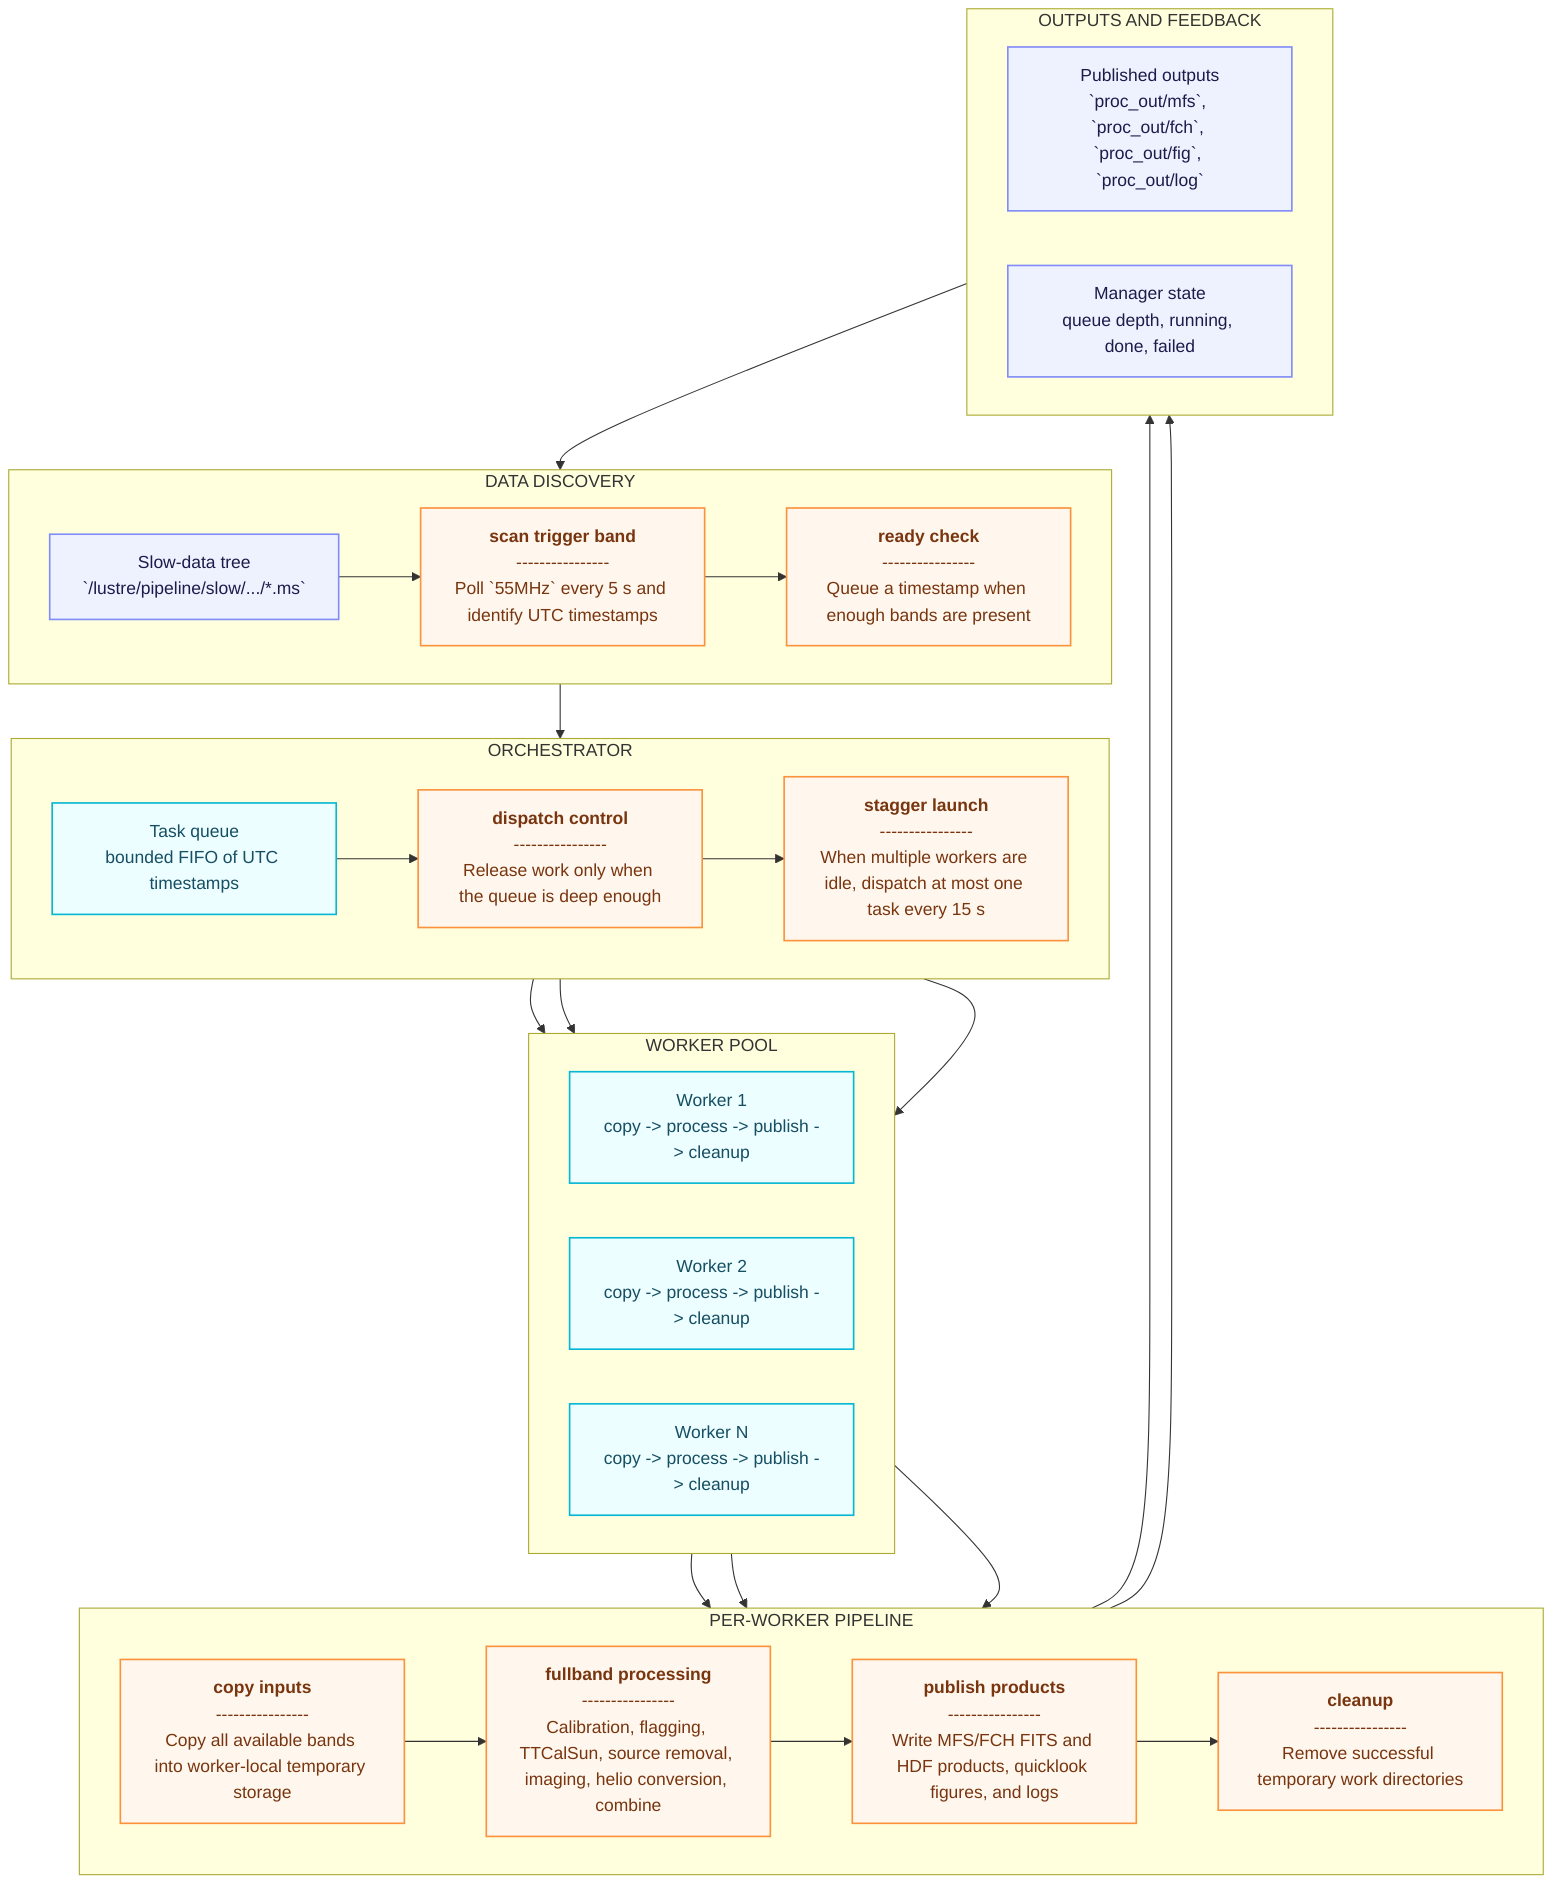
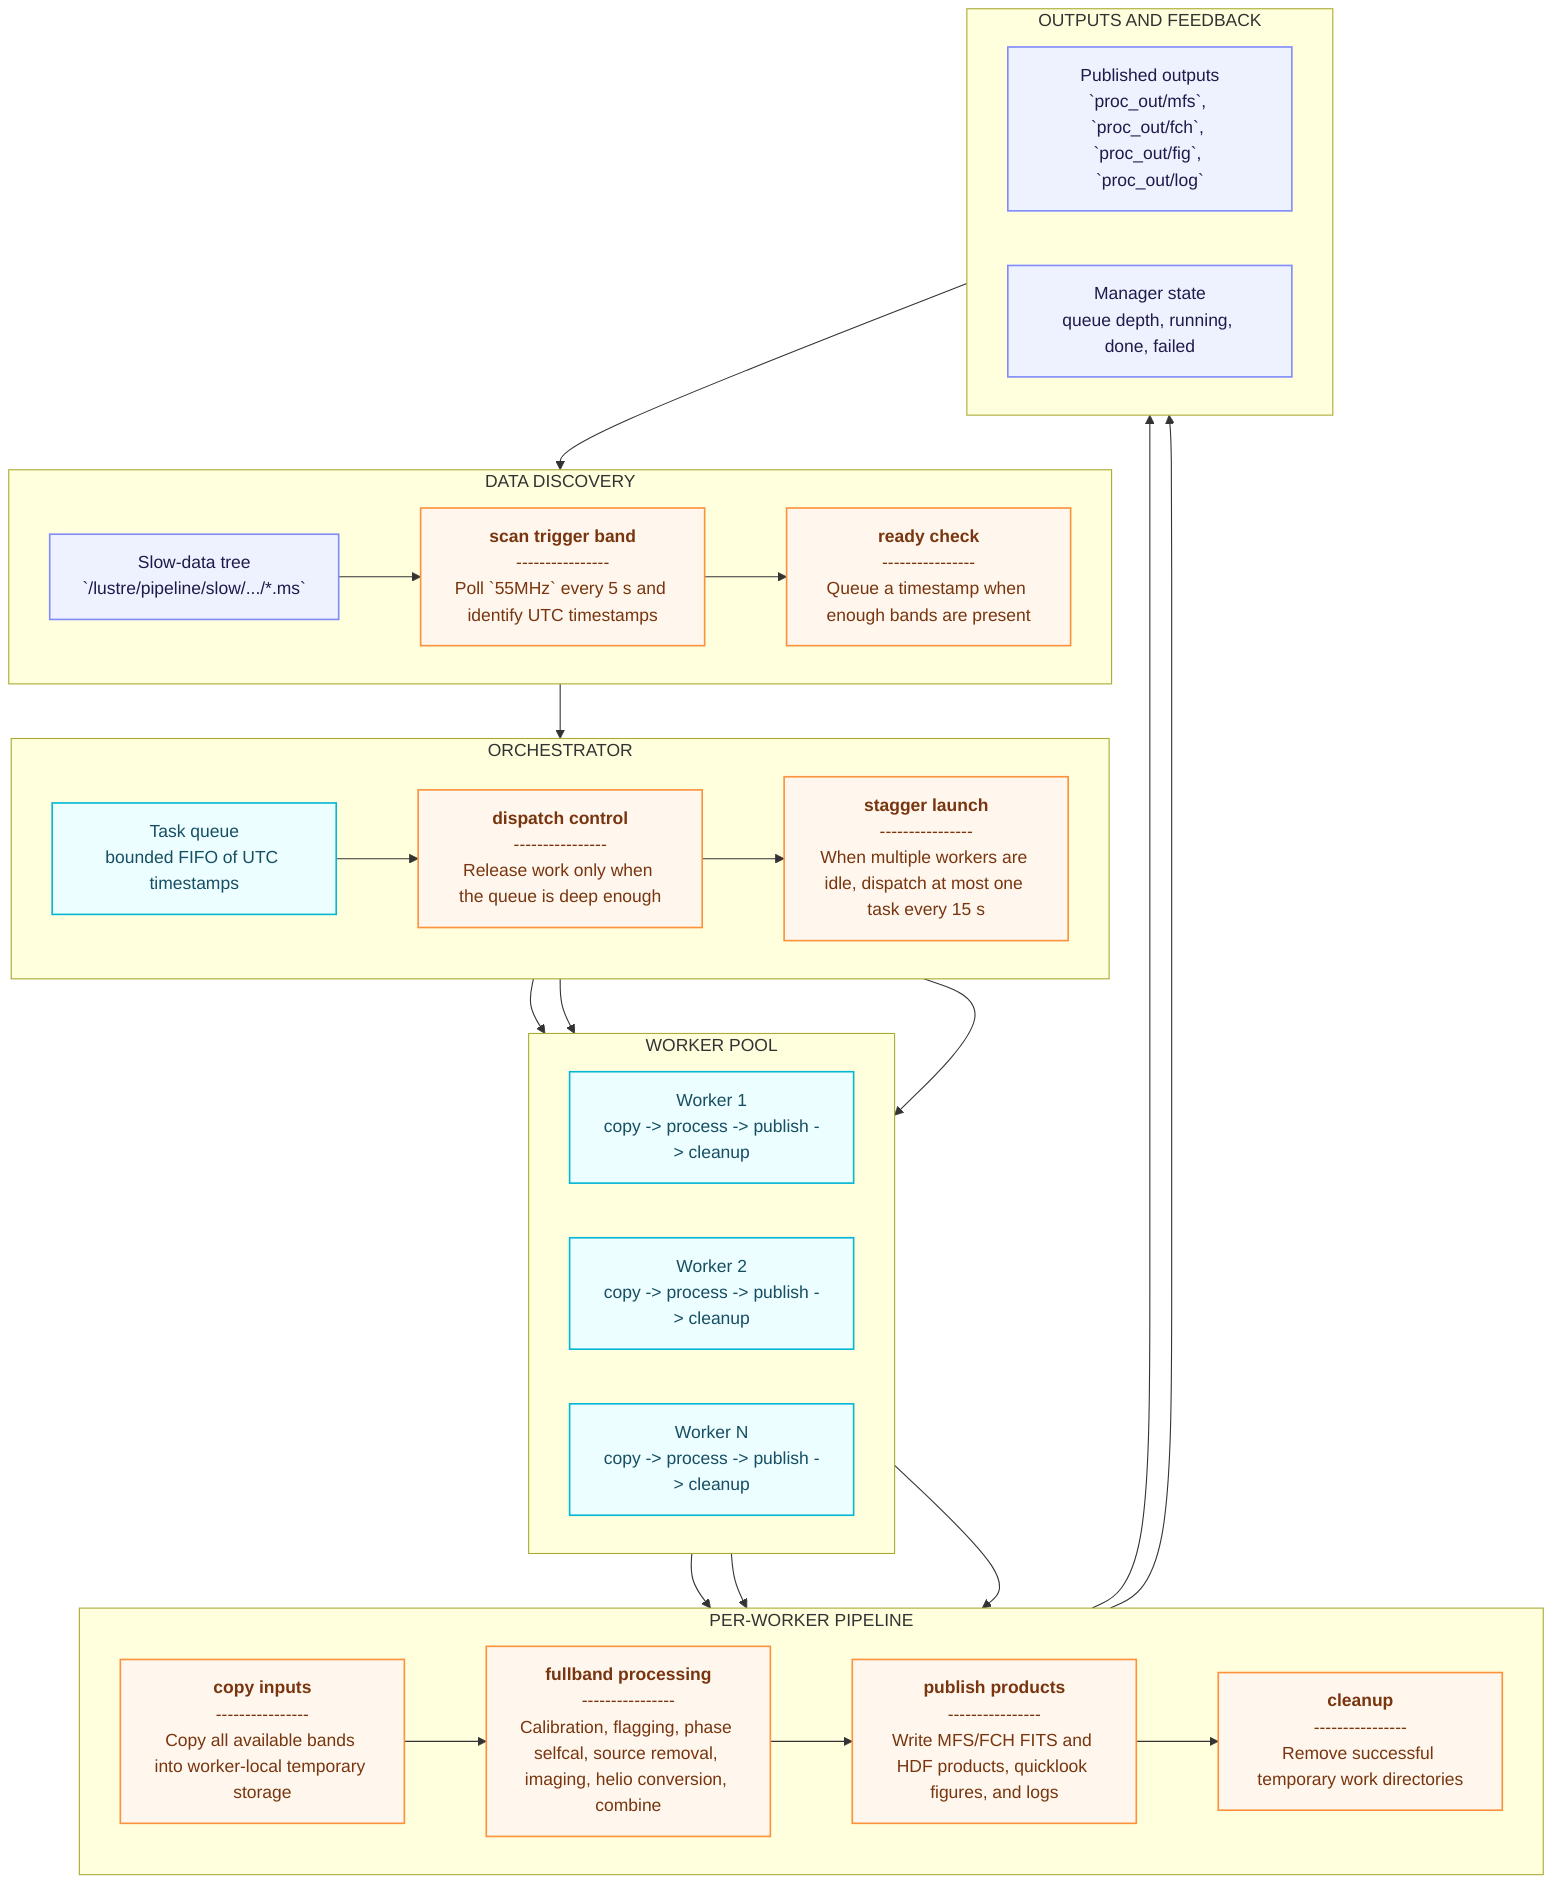
---
config:
  layout: dagre
---
graph TD
 subgraph INPUT["DATA DISCOVERY"]
        direction LR
        SLOW["Slow-data tree<br>`/lustre/pipeline/slow/.../*.ms`"]
        SCAN["<b>scan trigger band</b><br>----------------<br>Poll `55MHz` every 5 s and identify UTC timestamps"]
        READY["<b>ready check</b><br>----------------<br>Queue a timestamp when enough bands are present"]
        SLOW --> SCAN
        SCAN --> READY
  end
 subgraph ORCH["ORCHESTRATOR"]
        direction LR
        QUEUE["Task queue<br>bounded FIFO of UTC timestamps"]
        DISPATCH["<b>dispatch control</b><br>----------------<br>Release work only when the queue is deep enough"]
        STAGGER["<b>stagger launch</b><br>----------------<br>When multiple workers are idle, dispatch at most one task every 15 s"]
        READY --> QUEUE
        QUEUE --> DISPATCH
        DISPATCH --> STAGGER
  end
 subgraph WORKERS["WORKER POOL"]
        direction LR
        W1["Worker 1<br>copy -> process -> publish -> cleanup"]
        W2["Worker 2<br>copy -> process -> publish -> cleanup"]
        WN["Worker N<br>copy -> process -> publish -> cleanup"]
        STAGGER --> W1
        STAGGER --> W2
        STAGGER --> WN
  end
 subgraph PIPE["PER-WORKER PIPELINE"]
        direction LR
        COPY["<b>copy inputs</b><br>----------------<br>Copy all available bands into worker-local temporary storage"]
-         PROC["<b>fullband processing</b><br>----------------<br>Calibration, flagging, TTCalSun, source removal, imaging, helio conversion, combine"]
+         PROC["<b>fullband processing</b><br>----------------<br>Calibration, flagging, phase selfcal, source removal, imaging, helio conversion, combine"]
        PUB["<b>publish products</b><br>----------------<br>Write MFS/FCH FITS and HDF products, quicklook figures, and logs"]
        CLEAN["<b>cleanup</b><br>----------------<br>Remove successful temporary work directories"]
        W1 --> COPY
        W2 --> COPY
        WN --> COPY
        COPY --> PROC
        PROC --> PUB
        PUB --> CLEAN
  end
 subgraph OUTPUT["OUTPUTS AND FEEDBACK"]
        direction LR
        PROD["Published outputs<br>`proc_out/mfs`, `proc_out/fch`, `proc_out/fig`, `proc_out/log`"]
        STATE["Manager state<br>queue depth, running, done, failed"]
        PUB --> PROD
        CLEAN --> STATE
        STATE --> SCAN
  end

     SLOW:::element
     QUEUE:::queue
     W1:::queue
     W2:::queue
     WN:::queue
     PROD:::element
     STATE:::element
     SCAN:::step
     READY:::step
     DISPATCH:::step
     STAGGER:::step
     COPY:::step
     PROC:::step
     PUB:::step
     CLEAN:::step
    classDef element fill:#eef2ff,stroke:#818cf8,stroke-width:1.5px,color:#1e1b4b
    classDef step fill:#fff7ed,stroke:#fb923c,stroke-width:1.5px,color:#78350f
    classDef queue fill:#ecfeff,stroke:#06b6d4,stroke-width:1.5px,color:#164e63
